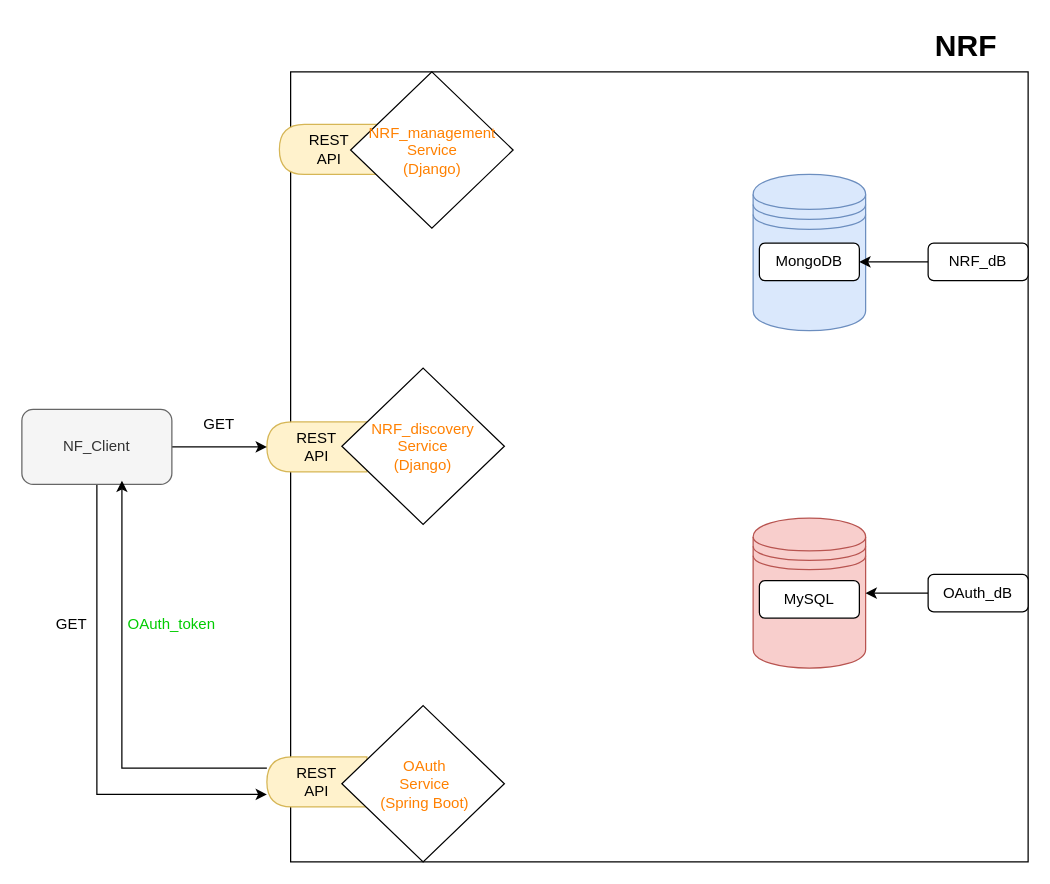
Before: 5GCLab Architecture.drawio in MoussaaK/drf, a draw.io diagram. Source tidied: cells renumbered, new cells numbered last; positions are measured from the earlier drawing's top-left corner, leaving out a move shared by most shapes. Both pictures are drawn from the tidied source at 125%, with x=0, y=0 at pixel (21, 21).
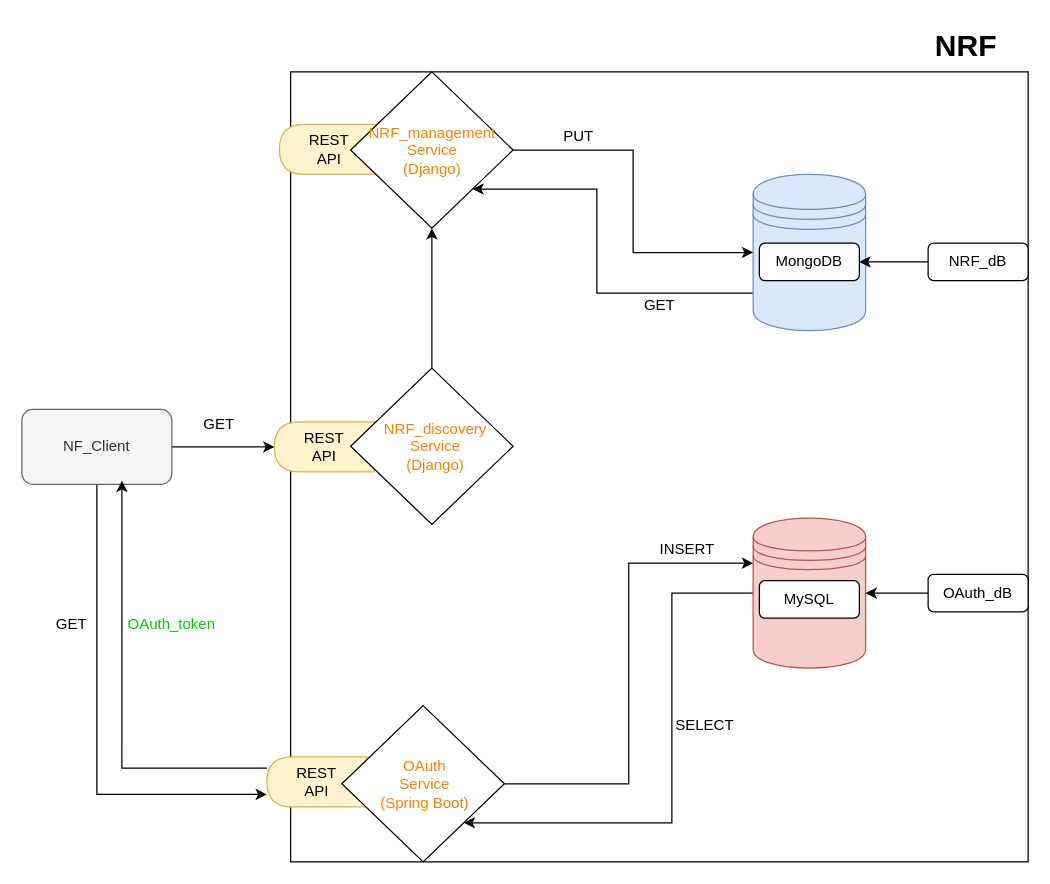
The same page after the edit.

Unchanged cells that the change refers to:
```xml
<mxCell id="2" style="group;strokeColor=#000000;" parent="1" vertex="1">
  <mxGeometry x="215" y="40" width="590" height="632" as="geometry" />
</mxCell>
<mxCell id="3" style="shape=datastore;whiteSpace=wrap;html=1;fillColor=#dae8fc;strokeColor=#6c8ebf;" parent="2" vertex="1">
  <mxGeometry x="370" y="82" width="90" height="125" as="geometry" />
</mxCell>
<mxCell id="7" style="shape=datastore;whiteSpace=wrap;html=1;fillColor=#f8cecc;strokeColor=#b85450;" parent="2" vertex="1">
  <mxGeometry x="370" y="357" width="90" height="120" as="geometry" />
</mxCell>
<mxCell id="12" style="rhombus;whiteSpace=wrap;html=1;" parent="2" vertex="1">
  <mxGeometry x="48" width="130" height="125" as="geometry" />
</mxCell>
<mxCell id="18" style="rhombus;whiteSpace=wrap;html=1;" parent="2" vertex="1">
  <mxGeometry x="41" y="507" width="130" height="125" as="geometry" />
</mxCell>
```

The edit, as a diff of the source:
```diff
@@
+    <mxCell id="28" style="edgeStyle=orthogonalEdgeStyle;rounded=0;jettySize=auto;html=1;entryX=1;entryY=1;entryDx=0;entryDy=0;" parent="2" edge="1" source="3" target="12">
+      <mxGeometry relative="1" as="geometry">
+        <Array as="points">
+          <mxPoint x="245" y="177" />
+          <mxPoint x="245" y="94" />
+        </Array>
+      </mxGeometry>
+    </mxCell>
@@
+    <mxCell id="29" style="edgeStyle=orthogonalEdgeStyle;rounded=0;jettySize=auto;html=1;entryX=1;entryY=1;entryDx=0;entryDy=0;" parent="2" edge="1" source="7" target="18">
+      <mxGeometry relative="1" as="geometry">
+        <Array as="points">
+          <mxPoint x="305" y="417" />
+          <mxPoint x="305" y="601" />
+        </Array>
+      </mxGeometry>
+    </mxCell>
@@
+    <mxCell id="30" style="edgeStyle=orthogonalEdgeStyle;rounded=0;jettySize=auto;html=1;" parent="2" edge="1" source="12" target="3">
+      <mxGeometry relative="1" as="geometry" />
+    </mxCell>
@@
     <mxCell id="14" value="REST&lt;br&gt;API&lt;br&gt;" style="shape=delay;whiteSpace=wrap;html=1;strokeColor=#d6b656;fillColor=#fff2cc;direction=west;" parent="2" vertex="1">
-      <mxGeometry x="-19" y="280" width="80" height="40" as="geometry" />
+      <mxGeometry x="-13" y="280" width="80" height="40" as="geometry" />
     </mxCell>
@@
+    <mxCell id="31" style="edgeStyle=orthogonalEdgeStyle;rounded=0;jettySize=auto;html=1;entryX=0.5;entryY=1;entryDx=0;entryDy=0;" parent="2" edge="1" source="16" target="12">
+      <mxGeometry relative="1" as="geometry" />
+    </mxCell>
     <mxCell id="16" style="rhombus;whiteSpace=wrap;html=1;" parent="2" vertex="1">
-      <mxGeometry x="41" y="237" width="130" height="125" as="geometry" />
+      <mxGeometry x="48" y="237" width="130" height="125" as="geometry" />
     </mxCell>
     <mxCell id="17" value="&lt;font color=&quot;#ff8000&quot;&gt;NRF_discovery&lt;br&gt;Service&lt;br&gt;(Django)&lt;/font&gt;&lt;br&gt;" style="text;html=1;strokeColor=none;fillColor=none;align=center;verticalAlign=middle;whiteSpace=wrap;rounded=0;" parent="2" vertex="1">
-      <mxGeometry x="71" y="282" width="70" height="35" as="geometry" />
+      <mxGeometry x="81" y="282" width="70" height="35" as="geometry" />
     </mxCell>
+    <mxCell id="32" style="edgeStyle=orthogonalEdgeStyle;rounded=0;jettySize=auto;html=1;entryX=0;entryY=0.3;entryDx=0;entryDy=0;" parent="2" edge="1" source="18" target="7">
+      <mxGeometry relative="1" as="geometry" />
+    </mxCell>
@@
+    <mxCell id="33" value="PUT" style="text;html=1;strokeColor=none;fillColor=none;align=center;verticalAlign=middle;whiteSpace=wrap;rounded=0;" parent="2" vertex="1">
+      <mxGeometry x="198" y="42" width="65" height="20" as="geometry" />
+    </mxCell>
+    <mxCell id="34" value="GET" style="text;html=1;strokeColor=none;fillColor=none;align=center;verticalAlign=middle;whiteSpace=wrap;rounded=0;" parent="2" vertex="1">
+      <mxGeometry x="262.5" y="177" width="65" height="20" as="geometry" />
+    </mxCell>
+    <mxCell id="35" value="INSERT" style="text;html=1;strokeColor=none;fillColor=none;align=center;verticalAlign=middle;whiteSpace=wrap;rounded=0;" parent="2" vertex="1">
+      <mxGeometry x="285" y="372" width="65" height="20" as="geometry" />
+    </mxCell>
+    <mxCell id="36" value="SELECT" style="text;html=1;strokeColor=none;fillColor=none;align=center;verticalAlign=middle;whiteSpace=wrap;rounded=0;" parent="2" vertex="1">
+      <mxGeometry x="299" y="513" width="65" height="20" as="geometry" />
+    </mxCell>
```
